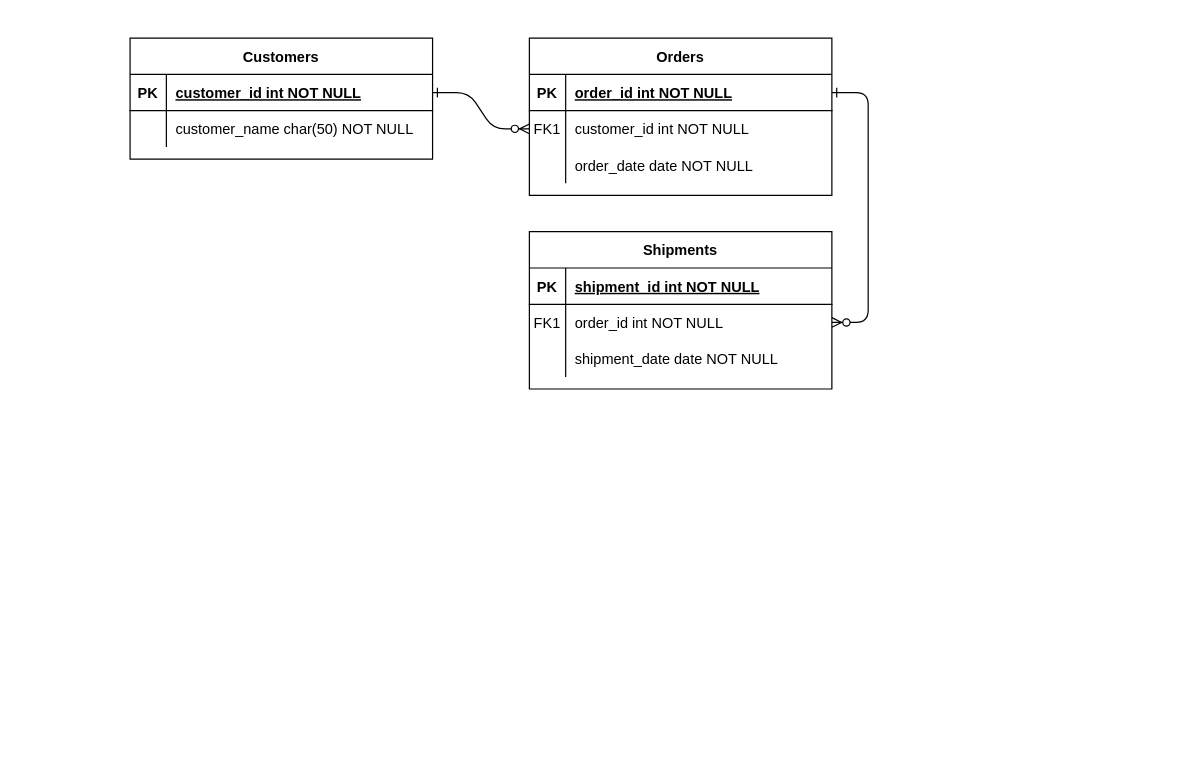
Before: Untitled Diagram.drawio in Sakibapon/BRAC, a draw.io diagram. Source tidied: cells renumbered, new cells numbered last; positions are measured from the earlier drawing's top-left corner, leaving out a move shared by most shapes. Both pictures are drawn from the tidied source at 121%, with x=0, y=0 at pixel (129, 38).
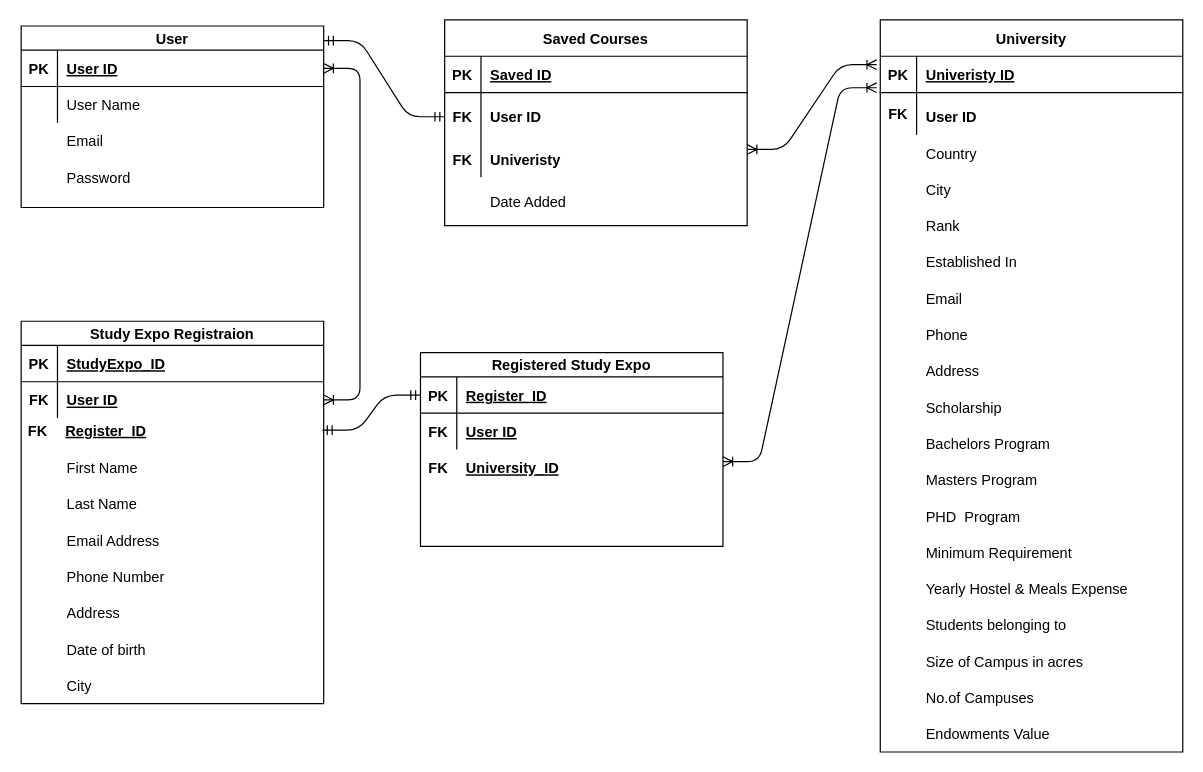
The same page after the edit.

The change refers to these unchanged cells:
```xml
<mxCell id="5" style="shape=partialRectangle;fillColor=none;points=[[0,0.5],[1,0.5]];portConstraint=eastwest;top=0;left=0;right=0;bottom=1;" parent="4" vertex="1">
  <mxGeometry y="30" width="250" height="30" as="geometry" />
</mxCell>
<mxCell id="15" style="shape=partialRectangle;fillColor=none;points=[[0,0.5],[1,0.5]];portConstraint=eastwest;top=0;left=0;right=0;bottom=1;" parent="14" vertex="1">
  <mxGeometry y="30" width="250" height="30" as="geometry" />
</mxCell>
```

What changed in the source:
```diff
@@
-    <mxCell id="2" style="edgeStyle=entityRelationEdgeStyle;endArrow=ERzeroToMany;startArrow=ERone;endFill=1;startFill=0;" parent="1" edge="1" source="25" target="8">
-      <mxGeometry relative="1" as="geometry" />
-    </mxCell>
-    <mxCell id="3" style="edgeStyle=entityRelationEdgeStyle;endArrow=ERzeroToMany;startArrow=ERone;endFill=1;startFill=0;" parent="1" edge="1" source="5" target="18">
-      <mxGeometry relative="1" as="geometry" />
-    </mxCell>
-    <mxCell id="4" value="Orders" style="shape=table;startSize=30;childLayout=tableLayout;rowLines=0;fontStyle=1;align=center;" parent="1" vertex="1">
-      <mxGeometry x="330" width="250" height="130" as="geometry" />
+    <mxCell id="4" value="Saved Courses" style="shape=table;startSize=30;childLayout=tableLayout;rowLines=0;fontStyle=1;align=center;" parent="1" vertex="1">
+      <mxGeometry x="260" y="-15" width="250" height="170" as="geometry" />
     </mxCell>
@@
-    <mxCell id="7" value="order_id int NOT NULL " style="shape=partialRectangle;overflow=hidden;fillColor=none;top=0;left=0;bottom=0;right=0;align=left;spacingLeft=6;fontStyle=5;" parent="5" vertex="1">
+    <mxCell id="7" value="Saved ID" style="shape=partialRectangle;overflow=hidden;fillColor=none;top=0;left=0;bottom=0;right=0;align=left;spacingLeft=6;fontStyle=5;" parent="5" vertex="1">
       <mxGeometry x="30" width="220" height="30" as="geometry" />
     </mxCell>
     <mxCell id="8" style="shape=partialRectangle;fillColor=none;points=[[0,0.5],[1,0.5]];portConstraint=eastwest;top=0;left=0;right=0;bottom=0;" parent="4" vertex="1">
-      <mxGeometry y="60" width="250" height="30" as="geometry" />
+      <mxGeometry y="60" width="250" height="40" as="geometry" />
     </mxCell>
-    <mxCell id="9" value="FK1" style="shape=partialRectangle;overflow=hidden;fillColor=none;top=0;left=0;bottom=0;right=0;" parent="8" vertex="1">
-      <mxGeometry width="30" height="30" as="geometry" />
+    <mxCell id="9" value="FK" style="shape=partialRectangle;overflow=hidden;fillColor=none;top=0;left=0;bottom=0;right=0;fontStyle=1;" parent="8" vertex="1">
+      <mxGeometry width="30" height="40" as="geometry" />
     </mxCell>
-    <mxCell id="10" value="customer_id int NOT NULL" style="shape=partialRectangle;overflow=hidden;fillColor=none;top=0;left=0;bottom=0;right=0;align=left;spacingLeft=6;" parent="8" vertex="1">
-      <mxGeometry x="30" width="220" height="30" as="geometry" />
+    <mxCell id="10" value="User ID" style="shape=partialRectangle;overflow=hidden;fillColor=none;top=0;left=0;bottom=0;right=0;align=left;spacingLeft=6;fontStyle=1;" parent="8" vertex="1">
+      <mxGeometry x="30" width="220" height="40" as="geometry" />
     </mxCell>
     <mxCell id="11" style="shape=partialRectangle;fillColor=none;top=0;left=0;right=0;bottom=0;" parent="4" vertex="1">
-      <mxGeometry y="90" width="250" height="30" as="geometry" />
+      <mxGeometry y="100" width="250" height="30" as="geometry" />
     </mxCell>
-    <mxCell id="12" style="shape=partialRectangle;overflow=hidden;fillColor=none;top=0;left=0;bottom=0;right=0;" parent="11" vertex="1">
+    <mxCell id="12" value="FK" style="shape=partialRectangle;overflow=hidden;fillColor=none;top=0;left=0;bottom=0;right=0;fontStyle=1;" parent="11" vertex="1">
       <mxGeometry width="30" height="30" as="geometry" />
     </mxCell>
-    <mxCell id="13" value="order_date date NOT NULL" style="shape=partialRectangle;overflow=hidden;fillColor=none;top=0;left=0;bottom=0;right=0;align=left;spacingLeft=6;" parent="11" vertex="1">
+    <mxCell id="13" value="Univeristy" style="shape=partialRectangle;overflow=hidden;fillColor=none;top=0;left=0;bottom=0;right=0;align=left;spacingLeft=6;fontStyle=1;" parent="11" vertex="1">
       <mxGeometry x="30" width="220" height="30" as="geometry" />
     </mxCell>
-    <mxCell id="14" value="Shipments" style="shape=table;startSize=30;childLayout=tableLayout;rowLines=0;fontStyle=1;align=center;" parent="1" vertex="1">
-      <mxGeometry x="330" y="160" width="250" height="130" as="geometry" />
+    <mxCell id="14" value="University" style="shape=table;startSize=30;childLayout=tableLayout;rowLines=0;fontStyle=1;align=center;" parent="1" vertex="1">
+      <mxGeometry x="620" y="-15" width="250" height="605" as="geometry" />
     </mxCell>
@@
-    <mxCell id="17" value="shipment_id int NOT NULL " style="shape=partialRectangle;overflow=hidden;fillColor=none;top=0;left=0;bottom=0;right=0;align=left;spacingLeft=6;fontStyle=5;" parent="15" vertex="1">
+    <mxCell id="17" value="Univeristy ID" style="shape=partialRectangle;overflow=hidden;fillColor=none;top=0;left=0;bottom=0;right=0;align=left;spacingLeft=6;fontStyle=5;" parent="15" vertex="1">
       <mxGeometry x="30" width="220" height="30" as="geometry" />
     </mxCell>
     <mxCell id="18" style="shape=partialRectangle;fillColor=none;points=[[0,0.5],[1,0.5]];portConstraint=eastwest;top=0;left=0;right=0;bottom=0;" parent="14" vertex="1">
-      <mxGeometry y="60" width="250" height="30" as="geometry" />
+      <mxGeometry y="60" width="250" height="35" as="geometry" />
     </mxCell>
-    <mxCell id="19" value="FK1" style="shape=partialRectangle;overflow=hidden;fillColor=none;top=0;left=0;bottom=0;right=0;" parent="18" vertex="1">
-      <mxGeometry width="30" height="30" as="geometry" />
+    <mxCell id="19" value="FK" style="shape=partialRectangle;overflow=hidden;fillColor=none;top=0;left=0;bottom=0;right=0;fontStyle=1;" parent="18" vertex="1">
+      <mxGeometry width="30" height="35" as="geometry" />
     </mxCell>
-    <mxCell id="20" value="order_id int NOT NULL" style="shape=partialRectangle;overflow=hidden;fillColor=none;top=0;left=0;bottom=0;right=0;align=left;spacingLeft=6;" parent="18" vertex="1">
-      <mxGeometry x="30" width="220" height="30" as="geometry" />
+    <mxCell id="20" style="shape=partialRectangle;overflow=hidden;fillColor=none;top=0;left=0;bottom=0;right=0;align=left;spacingLeft=6;" parent="18" vertex="1">
+      <mxGeometry x="30" width="220" height="35" as="geometry" />
     </mxCell>
-    <mxCell id="21" style="shape=partialRectangle;fillColor=none;top=0;left=0;right=0;bottom=0;" parent="14" vertex="1">
-      <mxGeometry y="90" width="250" height="30" as="geometry" />
-    </mxCell>
-    <mxCell id="22" style="shape=partialRectangle;overflow=hidden;fillColor=none;top=0;left=0;bottom=0;right=0;" parent="21" vertex="1">
-      <mxGeometry width="30" height="30" as="geometry" />
-    </mxCell>
-    <mxCell id="23" value="shipment_date date NOT NULL" style="shape=partialRectangle;overflow=hidden;fillColor=none;top=0;left=0;bottom=0;right=0;align=left;spacingLeft=6;" parent="21" vertex="1">
-      <mxGeometry x="30" width="220" height="30" as="geometry" />
-    </mxCell>
-    <mxCell id="24" value="Customers" style="shape=table;startSize=30;childLayout=tableLayout;rowLines=0;fontStyle=1;align=center;" parent="1" vertex="1">
-      <mxGeometry width="250" height="100" as="geometry" />
+    <mxCell id="24" value="User" style="shape=table;startSize=20;childLayout=tableLayout;rowLines=0;fontStyle=1;align=center;" parent="1" vertex="1">
+      <mxGeometry x="-90" y="-10" width="250" height="150" as="geometry" />
     </mxCell>
     <mxCell id="25" style="shape=partialRectangle;fillColor=none;points=[[0,0.5],[1,0.5]];portConstraint=eastwest;top=0;left=0;right=0;bottom=1;" parent="24" vertex="1">
-      <mxGeometry y="30" width="250" height="30" as="geometry" />
+      <mxGeometry y="20" width="250" height="30" as="geometry" />
     </mxCell>
@@
-    <mxCell id="27" value="customer_id int NOT NULL " style="shape=partialRectangle;overflow=hidden;fillColor=none;top=0;left=0;bottom=0;right=0;align=left;spacingLeft=6;fontStyle=5;" parent="25" vertex="1">
+    <mxCell id="27" value="User ID" style="shape=partialRectangle;overflow=hidden;fillColor=none;top=0;left=0;bottom=0;right=0;align=left;spacingLeft=6;fontStyle=5;" parent="25" vertex="1">
       <mxGeometry x="30" width="220" height="30" as="geometry" />
     </mxCell>
     <mxCell id="28" style="shape=partialRectangle;fillColor=none;top=0;left=0;right=0;bottom=0;" parent="24" vertex="1">
-      <mxGeometry y="60" width="250" height="30" as="geometry" />
+      <mxGeometry y="50" width="250" height="30" as="geometry" />
     </mxCell>
@@
-    <mxCell id="30" value="customer_name char(50) NOT NULL" style="shape=partialRectangle;overflow=hidden;fillColor=none;top=0;left=0;bottom=0;right=0;align=left;spacingLeft=6;" parent="28" vertex="1">
+    <mxCell id="30" value="User Name" style="shape=partialRectangle;overflow=hidden;fillColor=none;top=0;left=0;bottom=0;right=0;align=left;spacingLeft=6;" parent="28" vertex="1">
       <mxGeometry x="30" width="220" height="30" as="geometry" />
     </mxCell>
+    <mxCell id="31" value="Email" style="shape=partialRectangle;overflow=hidden;fillColor=none;top=0;left=0;bottom=0;right=0;align=left;spacingLeft=6;" parent="1" vertex="1">
+      <mxGeometry x="-60" y="70" width="220" height="30" as="geometry" />
+    </mxCell>
+    <mxCell id="32" value="Password" style="shape=partialRectangle;overflow=hidden;fillColor=none;top=0;left=0;bottom=0;right=0;align=left;spacingLeft=6;" parent="1" vertex="1">
+      <mxGeometry x="-60" y="100" width="220" height="30" as="geometry" />
+    </mxCell>
+    <mxCell id="33" style="edgeStyle=entityRelationEdgeStyle;fontSize=12;html=1;endArrow=ERoneToMany;startArrow=ERoneToMany;entryX=-0.012;entryY=0.233;entryDx=0;entryDy=0;entryPerimeter=0;" parent="1" edge="1" target="15">
+      <mxGeometry relative="1" as="geometry">
+        <mxPoint x="510" y="92" as="sourcePoint" />
+      </mxGeometry>
+    </mxCell>
+    <mxCell id="34" value="Date Added" style="shape=partialRectangle;overflow=hidden;fillColor=none;top=0;left=0;bottom=0;right=0;align=left;spacingLeft=6;" parent="1" vertex="1">
+      <mxGeometry x="290" y="120" width="220" height="30" as="geometry" />
+    </mxCell>
+    <mxCell id="35" value="User ID" style="shape=partialRectangle;overflow=hidden;fillColor=none;top=0;left=0;bottom=0;right=0;align=left;spacingLeft=6;fontStyle=1;" parent="1" vertex="1">
+      <mxGeometry x="650" y="50" width="220" height="30" as="geometry" />
+    </mxCell>
+    <mxCell id="36" value="Country" style="shape=partialRectangle;overflow=hidden;fillColor=none;top=0;left=0;bottom=0;right=0;align=left;spacingLeft=6;" parent="1" vertex="1">
+      <mxGeometry x="650" y="80" width="220" height="30" as="geometry" />
+    </mxCell>
+    <mxCell id="37" value="City" style="shape=partialRectangle;overflow=hidden;fillColor=none;top=0;left=0;bottom=0;right=0;align=left;spacingLeft=6;" parent="1" vertex="1">
+      <mxGeometry x="650" y="110" width="220" height="30" as="geometry" />
+    </mxCell>
+    <mxCell id="38" value="Rank" style="shape=partialRectangle;overflow=hidden;fillColor=none;top=0;left=0;bottom=0;right=0;align=left;spacingLeft=6;" parent="1" vertex="1">
+      <mxGeometry x="650" y="140" width="220" height="30" as="geometry" />
+    </mxCell>
+    <mxCell id="39" value="Established In" style="shape=partialRectangle;overflow=hidden;fillColor=none;top=0;left=0;bottom=0;right=0;align=left;spacingLeft=6;" parent="1" vertex="1">
+      <mxGeometry x="650" y="170" width="220" height="30" as="geometry" />
+    </mxCell>
+    <mxCell id="40" value="Email " style="shape=partialRectangle;overflow=hidden;fillColor=none;top=0;left=0;bottom=0;right=0;align=left;spacingLeft=6;" parent="1" vertex="1">
+      <mxGeometry x="650" y="200" width="220" height="30" as="geometry" />
+    </mxCell>
+    <mxCell id="41" value="Phone" style="shape=partialRectangle;overflow=hidden;fillColor=none;top=0;left=0;bottom=0;right=0;align=left;spacingLeft=6;" parent="1" vertex="1">
+      <mxGeometry x="650" y="230" width="220" height="30" as="geometry" />
+    </mxCell>
+    <mxCell id="42" value="Address" style="shape=partialRectangle;overflow=hidden;fillColor=none;top=0;left=0;bottom=0;right=0;align=left;spacingLeft=6;" parent="1" vertex="1">
+      <mxGeometry x="650" y="260" width="220" height="30" as="geometry" />
+    </mxCell>
+    <mxCell id="43" value="Scholarship" style="shape=partialRectangle;overflow=hidden;fillColor=none;top=0;left=0;bottom=0;right=0;align=left;spacingLeft=6;" parent="1" vertex="1">
+      <mxGeometry x="650" y="290" width="220" height="30" as="geometry" />
+    </mxCell>
+    <mxCell id="44" value="Bachelors Program" style="shape=partialRectangle;overflow=hidden;fillColor=none;top=0;left=0;bottom=0;right=0;align=left;spacingLeft=6;" parent="1" vertex="1">
+      <mxGeometry x="650" y="320" width="220" height="30" as="geometry" />
+    </mxCell>
+    <mxCell id="45" value="Masters Program" style="shape=partialRectangle;overflow=hidden;fillColor=none;top=0;left=0;bottom=0;right=0;align=left;spacingLeft=6;" parent="1" vertex="1">
+      <mxGeometry x="650" y="350" width="220" height="30" as="geometry" />
+    </mxCell>
+    <mxCell id="46" value="PHD  Program" style="shape=partialRectangle;overflow=hidden;fillColor=none;top=0;left=0;bottom=0;right=0;align=left;spacingLeft=6;" parent="1" vertex="1">
+      <mxGeometry x="650" y="380" width="220" height="30" as="geometry" />
+    </mxCell>
+    <mxCell id="47" value="Minimum Requirement" style="shape=partialRectangle;overflow=hidden;fillColor=none;top=0;left=0;bottom=0;right=0;align=left;spacingLeft=6;" parent="1" vertex="1">
+      <mxGeometry x="650" y="410" width="220" height="30" as="geometry" />
+    </mxCell>
+    <mxCell id="48" value="Yearly Hostel &amp; Meals Expense" style="shape=partialRectangle;overflow=hidden;fillColor=none;top=0;left=0;bottom=0;right=0;align=left;spacingLeft=6;fontStyle=0;" parent="1" vertex="1">
+      <mxGeometry x="650" y="440" width="220" height="30" as="geometry" />
+    </mxCell>
+    <mxCell id="49" value="Students belonging to" style="shape=partialRectangle;overflow=hidden;fillColor=none;top=0;left=0;bottom=0;right=0;align=left;spacingLeft=6;fontStyle=0;" parent="1" vertex="1">
+      <mxGeometry x="650" y="470" width="220" height="30" as="geometry" />
+    </mxCell>
+    <mxCell id="50" value="Size of Campus in acres" style="shape=partialRectangle;overflow=hidden;fillColor=none;top=0;left=0;bottom=0;right=0;align=left;spacingLeft=6;fontStyle=0;" parent="1" vertex="1">
+      <mxGeometry x="650" y="500" width="220" height="30" as="geometry" />
+    </mxCell>
+    <mxCell id="51" value="No.of Campuses" style="shape=partialRectangle;overflow=hidden;fillColor=none;top=0;left=0;bottom=0;right=0;align=left;spacingLeft=6;fontStyle=0;" parent="1" vertex="1">
+      <mxGeometry x="650" y="530" width="220" height="30" as="geometry" />
+    </mxCell>
+    <mxCell id="52" value="Endowments Value" style="shape=partialRectangle;overflow=hidden;fillColor=none;top=0;left=0;bottom=0;right=0;align=left;spacingLeft=6;fontStyle=0;" parent="1" vertex="1">
+      <mxGeometry x="650" y="560" width="220" height="30" as="geometry" />
+    </mxCell>
+    <mxCell id="53" value="Study Expo Registraion" style="shape=table;startSize=20;childLayout=tableLayout;rowLines=0;fontStyle=1;align=center;" parent="1" vertex="1">
+      <mxGeometry x="-90" y="234" width="250" height="316" as="geometry" />
+    </mxCell>
+    <mxCell id="54" style="shape=partialRectangle;fillColor=none;top=0;left=0;right=0;bottom=1;" parent="53" vertex="1">
+      <mxGeometry y="20" width="250" height="30" as="geometry" />
+    </mxCell>
+    <mxCell id="55" value="PK" style="shape=partialRectangle;overflow=hidden;fillColor=none;top=0;left=0;bottom=0;right=0;fontStyle=1;" parent="54" vertex="1">
+      <mxGeometry width="30" height="30" as="geometry" />
+    </mxCell>
+    <mxCell id="56" value="StudyExpo_ID" style="shape=partialRectangle;overflow=hidden;fillColor=none;top=0;left=0;bottom=0;right=0;align=left;spacingLeft=6;fontStyle=5;" parent="54" vertex="1">
+      <mxGeometry x="30" width="220" height="30" as="geometry" />
+    </mxCell>
+    <mxCell id="57" style="shape=partialRectangle;fillColor=none;points=[[0,0.5],[1,0.5]];portConstraint=eastwest;top=0;left=0;right=0;bottom=0;" parent="53" vertex="1">
+      <mxGeometry y="50" width="250" height="30" as="geometry" />
+    </mxCell>
+    <mxCell id="58" value="FK" style="shape=partialRectangle;overflow=hidden;fillColor=none;top=0;left=0;bottom=0;right=0;fontStyle=1;" parent="57" vertex="1">
+      <mxGeometry width="30" height="30" as="geometry" />
+    </mxCell>
+    <mxCell id="59" value="User ID" style="shape=partialRectangle;overflow=hidden;fillColor=none;top=0;left=0;bottom=0;right=0;align=left;spacingLeft=6;fontStyle=5;" parent="57" vertex="1">
+      <mxGeometry x="30" width="220" height="30" as="geometry" />
+    </mxCell>
+    <mxCell id="60" value="First Name" style="shape=partialRectangle;overflow=hidden;fillColor=none;top=0;left=0;bottom=0;right=0;align=left;spacingLeft=6;" parent="1" vertex="1">
+      <mxGeometry x="-60" y="340" width="220" height="30" as="geometry" />
+    </mxCell>
+    <mxCell id="61" value="Last Name" style="shape=partialRectangle;overflow=hidden;fillColor=none;top=0;left=0;bottom=0;right=0;align=left;spacingLeft=6;" parent="1" vertex="1">
+      <mxGeometry x="-60" y="370" width="220" height="30" as="geometry" />
+    </mxCell>
+    <mxCell id="62" value="Registered Study Expo" style="shape=table;startSize=20;childLayout=tableLayout;rowLines=0;fontStyle=1;align=center;" parent="1" vertex="1">
+      <mxGeometry x="240" y="260" width="250" height="160" as="geometry" />
+    </mxCell>
+    <mxCell id="63" style="shape=partialRectangle;fillColor=none;points=[[0,0.5],[1,0.5]];portConstraint=eastwest;top=0;left=0;right=0;bottom=1;" parent="62" vertex="1">
+      <mxGeometry y="20" width="250" height="30" as="geometry" />
+    </mxCell>
+    <mxCell id="64" value="PK" style="shape=partialRectangle;overflow=hidden;fillColor=none;top=0;left=0;bottom=0;right=0;fontStyle=1;" parent="63" vertex="1">
+      <mxGeometry width="30" height="30" as="geometry" />
+    </mxCell>
+    <mxCell id="65" value="Register_ID" style="shape=partialRectangle;overflow=hidden;fillColor=none;top=0;left=0;bottom=0;right=0;align=left;spacingLeft=6;fontStyle=5;" parent="63" vertex="1">
+      <mxGeometry x="30" width="220" height="30" as="geometry" />
+    </mxCell>
+    <mxCell id="66" style="shape=partialRectangle;fillColor=none;top=0;left=0;right=0;bottom=0;" parent="62" vertex="1">
+      <mxGeometry y="50" width="250" height="30" as="geometry" />
+    </mxCell>
+    <mxCell id="67" value="FK" style="shape=partialRectangle;overflow=hidden;fillColor=none;top=0;left=0;bottom=0;right=0;fontStyle=1;" parent="66" vertex="1">
+      <mxGeometry width="30" height="30" as="geometry" />
+    </mxCell>
+    <mxCell id="68" value="User ID" style="shape=partialRectangle;overflow=hidden;fillColor=none;top=0;left=0;bottom=0;right=0;align=left;spacingLeft=6;fontStyle=5;" parent="66" vertex="1">
+      <mxGeometry x="30" width="220" height="30" as="geometry" />
+    </mxCell>
+    <mxCell id="69" value="University_ID" style="shape=partialRectangle;overflow=hidden;fillColor=none;top=0;left=0;bottom=0;right=0;align=left;spacingLeft=6;fontStyle=5;" parent="1" vertex="1">
+      <mxGeometry x="270" y="340" width="220" height="30" as="geometry" />
+    </mxCell>
+    <mxCell id="70" value="FK" style="shape=partialRectangle;overflow=hidden;fillColor=none;top=0;left=0;bottom=0;right=0;fontStyle=1;" parent="1" vertex="1">
+      <mxGeometry x="240" y="340" width="30" height="30" as="geometry" />
+    </mxCell>
+    <mxCell id="71" style="edgeStyle=entityRelationEdgeStyle;fontSize=12;html=1;endArrow=ERoneToMany;startArrow=ERoneToMany;entryX=-0.012;entryY=0.867;entryDx=0;entryDy=0;entryPerimeter=0;" parent="1" edge="1" target="15">
+      <mxGeometry relative="1" as="geometry">
+        <mxPoint x="490" y="350" as="sourcePoint" />
+      </mxGeometry>
+    </mxCell>
+    <mxCell id="72" value="Email Address" style="shape=partialRectangle;overflow=hidden;fillColor=none;top=0;left=0;bottom=0;right=0;align=left;spacingLeft=6;" parent="1" vertex="1">
+      <mxGeometry x="-60" y="400" width="220" height="30" as="geometry" />
+    </mxCell>
+    <mxCell id="73" value="Phone Number" style="shape=partialRectangle;overflow=hidden;fillColor=none;top=0;left=0;bottom=0;right=0;align=left;spacingLeft=6;" parent="1" vertex="1">
+      <mxGeometry x="-60" y="430" width="220" height="30" as="geometry" />
+    </mxCell>
+    <mxCell id="74" value="Address" style="shape=partialRectangle;overflow=hidden;fillColor=none;top=0;left=0;bottom=0;right=0;align=left;spacingLeft=6;" parent="1" vertex="1">
+      <mxGeometry x="-60" y="460" width="220" height="30" as="geometry" />
+    </mxCell>
+    <mxCell id="75" value="Date of birth" style="shape=partialRectangle;overflow=hidden;fillColor=none;top=0;left=0;bottom=0;right=0;align=left;spacingLeft=6;" parent="1" vertex="1">
+      <mxGeometry x="-60" y="490" width="220" height="30" as="geometry" />
+    </mxCell>
+    <mxCell id="76" value="City " style="shape=partialRectangle;overflow=hidden;fillColor=none;top=0;left=0;bottom=0;right=0;align=left;spacingLeft=6;" parent="1" vertex="1">
+      <mxGeometry x="-60" y="520" width="220" height="30" as="geometry" />
+    </mxCell>
+    <mxCell id="77" style="edgeStyle=entityRelationEdgeStyle;fontSize=12;html=1;endArrow=ERmandOne;startArrow=ERmandOne;exitX=1;exitY=0.08;exitDx=0;exitDy=0;entryX=0;entryY=0.5;entryDx=0;entryDy=0;exitPerimeter=0;" parent="1" edge="1" source="24" target="8">
+      <mxGeometry relative="1" as="geometry" />
+    </mxCell>
+    <mxCell id="78" style="edgeStyle=entityRelationEdgeStyle;fontSize=12;html=1;endArrow=ERoneToMany;startArrow=ERoneToMany;exitX=1;exitY=0.5;exitDx=0;exitDy=0;entryX=1;entryY=0.5;entryDx=0;entryDy=0;" parent="1" edge="1" source="57" target="25">
+      <mxGeometry relative="1" as="geometry" />
+    </mxCell>
+    <mxCell id="79" style="edgeStyle=entityRelationEdgeStyle;fontSize=12;html=1;endArrow=ERmandOne;startArrow=ERmandOne;exitX=1;exitY=0.5;exitDx=0;exitDy=0;entryX=0;entryY=0.5;entryDx=0;entryDy=0;" parent="1" edge="1" source="80" target="63">
+      <mxGeometry relative="1" as="geometry" />
+    </mxCell>
+    <mxCell id="80" style="shape=partialRectangle;fillColor=none;points=[[0,0.5],[1,0.5]];portConstraint=eastwest;top=0;left=0;right=0;bottom=0;" parent="1" vertex="1">
+      <mxGeometry x="-91" y="309" width="250" height="30" as="geometry" />
+    </mxCell>
+    <mxCell id="81" value="FK" style="shape=partialRectangle;overflow=hidden;fillColor=none;top=0;left=0;bottom=0;right=0;fontStyle=1;" parent="80" vertex="1">
+      <mxGeometry width="30" height="30" as="geometry" />
+    </mxCell>
+    <mxCell id="82" value="Register_ID" style="shape=partialRectangle;overflow=hidden;fillColor=none;top=0;left=0;bottom=0;right=0;align=left;spacingLeft=6;fontStyle=5;" parent="80" vertex="1">
+      <mxGeometry x="30" width="220" height="30" as="geometry" />
+    </mxCell>
```
